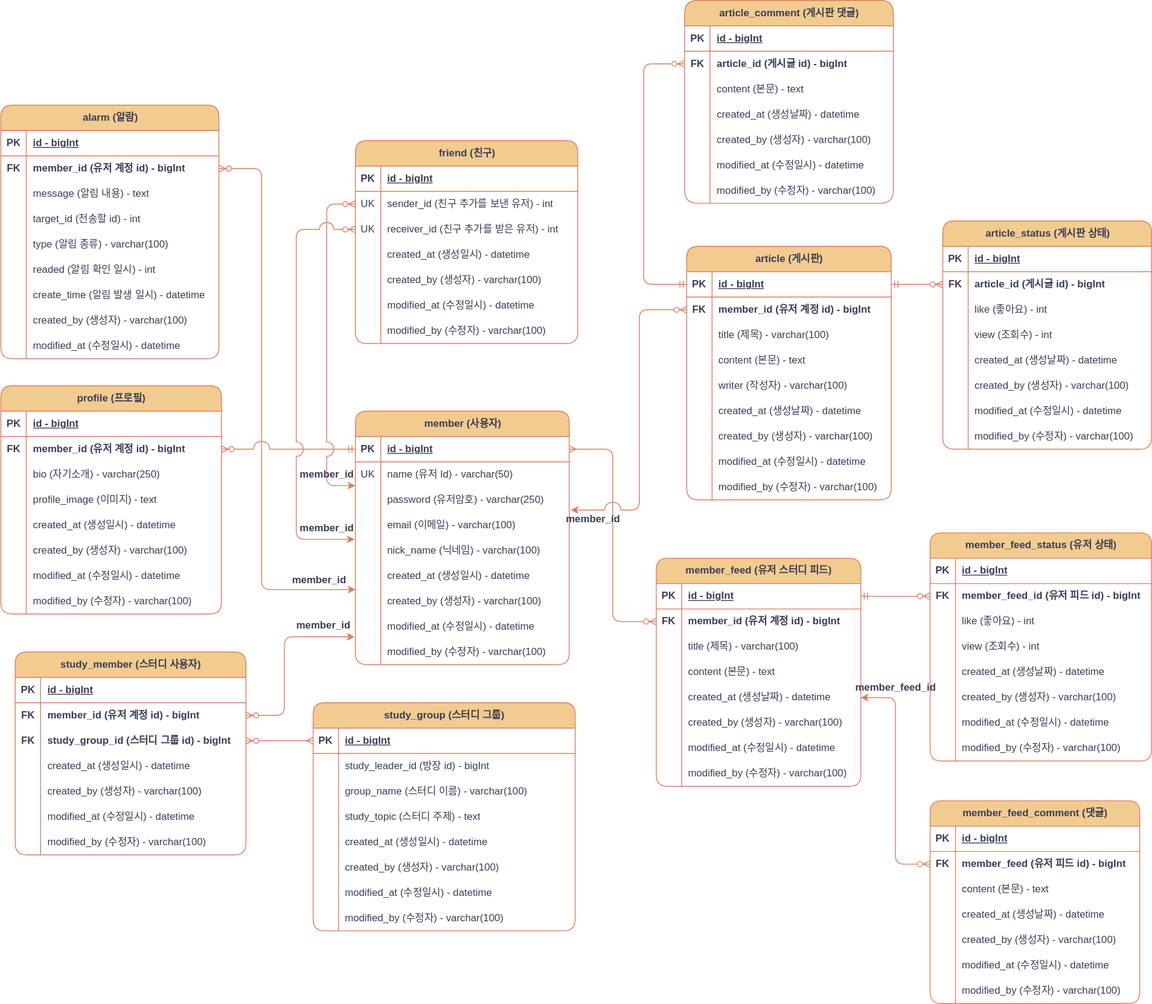
Earlier version of the draw.io export project-erd.svg (mingseok/frontend-backend-database-practice). Source tidied: cells renumbered, new cells last; positions are measured from the earlier drawing's top-left corner, leaving out a move shared by most shapes.
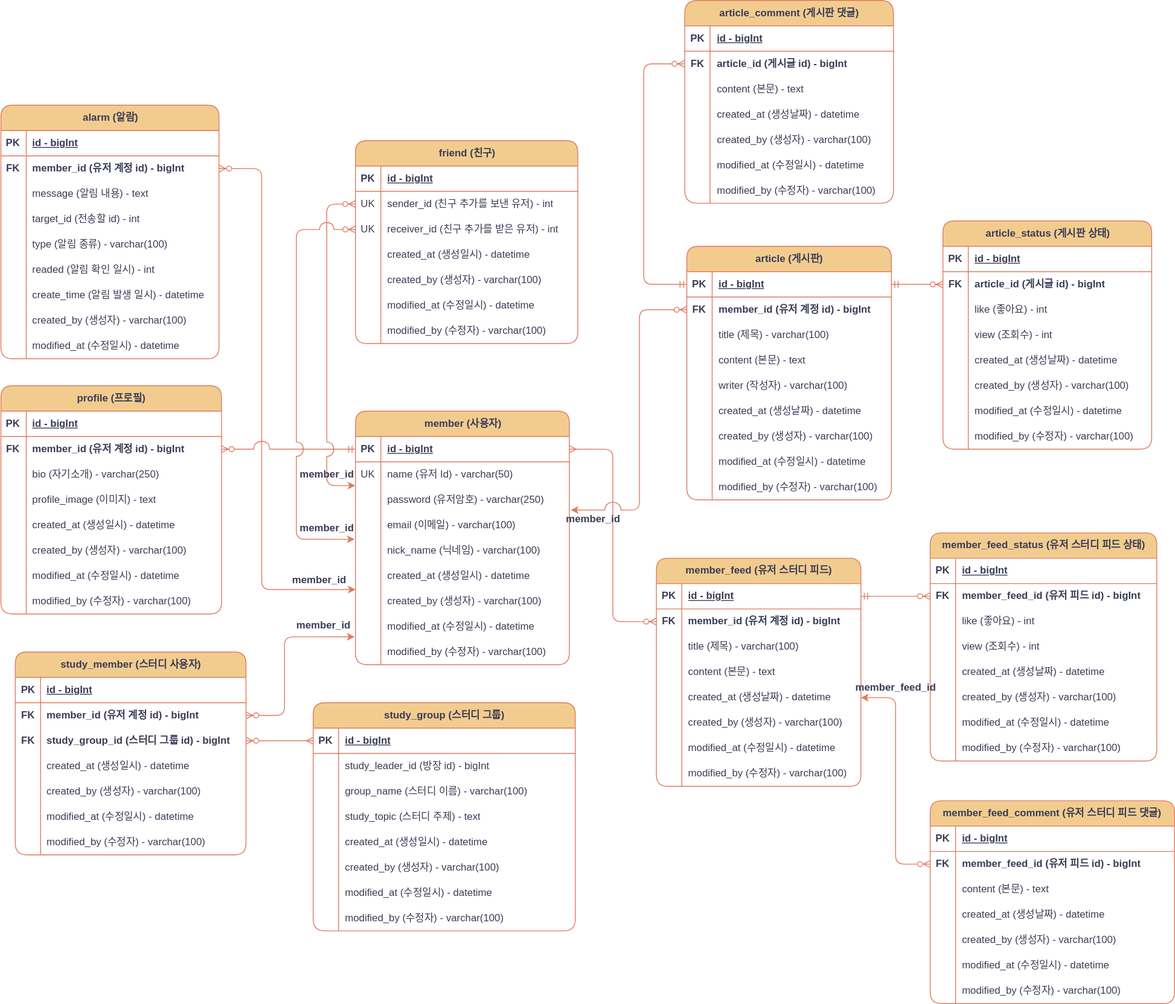
The same file after the commit.

Diff of the diagram source:
```diff
@@ -711,7 +711,7 @@
     </mxCell>
-    <mxCell id="234" value="&lt;b style=&quot;border-color: var(--border-color); text-align: left;&quot;&gt;member&lt;/b&gt;_feed_status&amp;nbsp;(유저 상태)" style="shape=table;startSize=30;rowLines=0;fontStyle=1;align=center;html=1;labelBackgroundColor=none;fillColor=#F2CC8F;strokeColor=#E07A5F;fontColor=#393C56;rounded=1;" parent="1" vertex="1">
-      <mxGeometry x="1100" y="630" width="262" height="270" as="geometry" />
+    <mxCell id="234" value="&lt;b style=&quot;border-color: var(--border-color); text-align: left;&quot;&gt;member&lt;/b&gt;_feed_status&amp;nbsp;(유저 스터디 피드 상태)" style="shape=table;startSize=30;rowLines=0;fontStyle=1;align=center;html=1;labelBackgroundColor=none;fillColor=#F2CC8F;strokeColor=#E07A5F;fontColor=#393C56;rounded=1;" parent="1" vertex="1">
+      <mxGeometry x="1100" y="630" width="268" height="270" as="geometry" />
     </mxCell>
     <mxCell id="235" style="shape=tableRow;horizontal=0;startSize=0;swimlaneHead=0;swimlaneBody=0;fillColor=none;top=0;left=0;right=0;bottom=1;labelBackgroundColor=none;strokeColor=#E07A5F;fontColor=#393C56;rounded=1;" parent="234" vertex="1">
-      <mxGeometry y="30" width="262" height="30" as="geometry" />
+      <mxGeometry y="30" width="268" height="30" as="geometry" />
     </mxCell>
@@ -721,6 +721,6 @@
     <mxCell id="237" value="id - bigInt" style="shape=partialRectangle;fillColor=none;top=0;left=0;bottom=0;right=0;align=left;spacingLeft=6;fontStyle=5;overflow=hidden;whiteSpace=wrap;html=1;labelBackgroundColor=none;strokeColor=#E07A5F;fontColor=#393C56;rounded=1;" parent="235" vertex="1">
-      <mxGeometry x="30" width="232" height="30" as="geometry" />
+      <mxGeometry x="30" width="238" height="30" as="geometry" />
     </mxCell>
     <mxCell id="238" style="shape=tableRow;horizontal=0;startSize=0;swimlaneHead=0;swimlaneBody=0;fillColor=none;points=[[0,0.5],[1,0.5]];portConstraint=eastwest;top=0;left=0;right=0;bottom=0;labelBackgroundColor=none;strokeColor=#E07A5F;fontColor=#393C56;rounded=1;" parent="234" vertex="1">
-      <mxGeometry y="60" width="262" height="30" as="geometry" />
+      <mxGeometry y="60" width="268" height="30" as="geometry" />
     </mxCell>
@@ -730,6 +730,6 @@
     <mxCell id="240" value="&lt;b style=&quot;border-color: var(--border-color);&quot;&gt;member&lt;/b&gt;&lt;b&gt;_feed_id (유저 피드 id) - bigInt&lt;/b&gt;" style="shape=partialRectangle;fillColor=none;top=0;left=0;bottom=0;right=0;align=left;spacingLeft=6;overflow=hidden;whiteSpace=wrap;html=1;labelBackgroundColor=none;strokeColor=#E07A5F;fontColor=#393C56;rounded=1;" parent="238" vertex="1">
-      <mxGeometry x="30" width="232" height="30" as="geometry" />
+      <mxGeometry x="30" width="238" height="30" as="geometry" />
     </mxCell>
     <mxCell id="241" style="shape=tableRow;horizontal=0;startSize=0;swimlaneHead=0;swimlaneBody=0;fillColor=none;top=0;left=0;right=0;bottom=0;labelBackgroundColor=none;strokeColor=#E07A5F;fontColor=#393C56;rounded=1;" parent="234" vertex="1">
-      <mxGeometry y="90" width="262" height="30" as="geometry" />
+      <mxGeometry y="90" width="268" height="30" as="geometry" />
     </mxCell>
@@ -739,6 +739,6 @@
     <mxCell id="243" value="like (좋아요) - int" style="shape=partialRectangle;fillColor=none;top=0;left=0;bottom=0;right=0;align=left;spacingLeft=6;overflow=hidden;whiteSpace=wrap;html=1;labelBackgroundColor=none;strokeColor=#E07A5F;fontColor=#393C56;rounded=1;" parent="241" vertex="1">
-      <mxGeometry x="30" width="232" height="30" as="geometry" />
+      <mxGeometry x="30" width="238" height="30" as="geometry" />
     </mxCell>
     <mxCell id="244" style="shape=tableRow;horizontal=0;startSize=0;swimlaneHead=0;swimlaneBody=0;fillColor=none;top=0;left=0;right=0;bottom=0;labelBackgroundColor=none;strokeColor=#E07A5F;fontColor=#393C56;rounded=1;" parent="234" vertex="1">
-      <mxGeometry y="120" width="262" height="30" as="geometry" />
+      <mxGeometry y="120" width="268" height="30" as="geometry" />
     </mxCell>
@@ -748,6 +748,6 @@
     <mxCell id="246" value="view (조회수) - int" style="shape=partialRectangle;fillColor=none;top=0;left=0;bottom=0;right=0;align=left;spacingLeft=6;overflow=hidden;whiteSpace=wrap;html=1;labelBackgroundColor=none;strokeColor=#E07A5F;fontColor=#393C56;rounded=1;" parent="244" vertex="1">
-      <mxGeometry x="30" width="232" height="30" as="geometry" />
+      <mxGeometry x="30" width="238" height="30" as="geometry" />
     </mxCell>
     <mxCell id="247" style="shape=tableRow;horizontal=0;startSize=0;swimlaneHead=0;swimlaneBody=0;fillColor=none;top=0;left=0;right=0;bottom=0;labelBackgroundColor=none;strokeColor=#E07A5F;fontColor=#393C56;rounded=1;" parent="234" vertex="1">
-      <mxGeometry y="150" width="262" height="30" as="geometry" />
+      <mxGeometry y="150" width="268" height="30" as="geometry" />
     </mxCell>
@@ -757,6 +757,6 @@
     <mxCell id="249" value="created_at&amp;nbsp;(생성날짜) - datetime" style="shape=partialRectangle;fillColor=none;top=0;left=0;bottom=0;right=0;align=left;spacingLeft=6;overflow=hidden;whiteSpace=wrap;html=1;labelBackgroundColor=none;strokeColor=#E07A5F;fontColor=#393C56;rounded=1;" parent="247" vertex="1">
-      <mxGeometry x="30" width="232" height="30" as="geometry" />
+      <mxGeometry x="30" width="238" height="30" as="geometry" />
     </mxCell>
     <mxCell id="250" style="shape=tableRow;horizontal=0;startSize=0;swimlaneHead=0;swimlaneBody=0;fillColor=none;top=0;left=0;right=0;bottom=0;labelBackgroundColor=none;strokeColor=#E07A5F;fontColor=#393C56;rounded=1;" parent="234" vertex="1">
-      <mxGeometry y="180" width="262" height="30" as="geometry" />
+      <mxGeometry y="180" width="268" height="30" as="geometry" />
     </mxCell>
@@ -766,6 +766,6 @@
     <mxCell id="252" value="created_by (생성자) - varchar(100)" style="shape=partialRectangle;fillColor=none;top=0;left=0;bottom=0;right=0;align=left;spacingLeft=6;overflow=hidden;whiteSpace=wrap;html=1;labelBackgroundColor=none;strokeColor=#E07A5F;fontColor=#393C56;rounded=1;" parent="250" vertex="1">
-      <mxGeometry x="30" width="232" height="30" as="geometry" />
+      <mxGeometry x="30" width="238" height="30" as="geometry" />
     </mxCell>
     <mxCell id="253" style="shape=tableRow;horizontal=0;startSize=0;swimlaneHead=0;swimlaneBody=0;fillColor=none;top=0;left=0;right=0;bottom=0;labelBackgroundColor=none;strokeColor=#E07A5F;fontColor=#393C56;rounded=1;" parent="234" vertex="1">
-      <mxGeometry y="210" width="262" height="30" as="geometry" />
+      <mxGeometry y="210" width="268" height="30" as="geometry" />
     </mxCell>
@@ -775,6 +775,6 @@
     <mxCell id="255" value="modified_at (수정일시) - datetime" style="shape=partialRectangle;fillColor=none;top=0;left=0;bottom=0;right=0;align=left;spacingLeft=6;overflow=hidden;whiteSpace=wrap;html=1;labelBackgroundColor=none;strokeColor=#E07A5F;fontColor=#393C56;rounded=1;" parent="253" vertex="1">
-      <mxGeometry x="30" width="232" height="30" as="geometry" />
+      <mxGeometry x="30" width="238" height="30" as="geometry" />
     </mxCell>
     <mxCell id="256" style="shape=tableRow;horizontal=0;startSize=0;swimlaneHead=0;swimlaneBody=0;fillColor=none;top=0;left=0;right=0;bottom=0;labelBackgroundColor=none;strokeColor=#E07A5F;fontColor=#393C56;rounded=1;" parent="234" vertex="1">
-      <mxGeometry y="240" width="262" height="30" as="geometry" />
+      <mxGeometry y="240" width="268" height="30" as="geometry" />
     </mxCell>
@@ -784,3 +784,3 @@
     <mxCell id="258" value="modified_by (수정자) - varchar(100)" style="shape=partialRectangle;fillColor=none;top=0;left=0;bottom=0;right=0;align=left;spacingLeft=6;overflow=hidden;whiteSpace=wrap;html=1;labelBackgroundColor=none;strokeColor=#E07A5F;fontColor=#393C56;rounded=1;" parent="256" vertex="1">
-      <mxGeometry x="30" width="232" height="30" as="geometry" />
+      <mxGeometry x="30" width="238" height="30" as="geometry" />
     </mxCell>
@@ -888,7 +888,7 @@
     </mxCell>
-    <mxCell id="289" value="&lt;b style=&quot;border-color: var(--border-color); text-align: left;&quot;&gt;member&lt;/b&gt;_feed_comment (댓글)" style="shape=table;startSize=30;rowLines=0;fontStyle=1;align=center;html=1;labelBackgroundColor=none;fillColor=#F2CC8F;strokeColor=#E07A5F;fontColor=#393C56;rounded=1;" parent="1" vertex="1">
-      <mxGeometry x="1100" y="947" width="248" height="240" as="geometry" />
+    <mxCell id="289" value="&lt;b style=&quot;border-color: var(--border-color); text-align: left;&quot;&gt;member&lt;/b&gt;_feed_comment (유저 스터디 피드 댓글)" style="shape=table;startSize=30;rowLines=0;fontStyle=1;align=center;html=1;labelBackgroundColor=none;fillColor=#F2CC8F;strokeColor=#E07A5F;fontColor=#393C56;rounded=1;" parent="1" vertex="1">
+      <mxGeometry x="1100" y="947" width="289" height="240" as="geometry" />
     </mxCell>
     <mxCell id="290" style="shape=tableRow;horizontal=0;startSize=0;swimlaneHead=0;swimlaneBody=0;fillColor=none;top=0;left=0;right=0;bottom=1;labelBackgroundColor=none;strokeColor=#E07A5F;fontColor=#393C56;rounded=1;" parent="289" vertex="1">
-      <mxGeometry y="30" width="248" height="30" as="geometry" />
+      <mxGeometry y="30" width="289" height="30" as="geometry" />
     </mxCell>
@@ -898,6 +898,6 @@
     <mxCell id="292" value="id - bigInt" style="shape=partialRectangle;fillColor=none;top=0;left=0;bottom=0;right=0;align=left;spacingLeft=6;fontStyle=5;overflow=hidden;whiteSpace=wrap;html=1;labelBackgroundColor=none;strokeColor=#E07A5F;fontColor=#393C56;rounded=1;" parent="290" vertex="1">
-      <mxGeometry x="30" width="218" height="30" as="geometry" />
+      <mxGeometry x="30" width="259" height="30" as="geometry" />
     </mxCell>
     <mxCell id="293" style="shape=tableRow;horizontal=0;startSize=0;swimlaneHead=0;swimlaneBody=0;fillColor=none;points=[[0,0.5],[1,0.5]];portConstraint=eastwest;top=0;left=0;right=0;bottom=0;labelBackgroundColor=none;strokeColor=#E07A5F;fontColor=#393C56;rounded=1;" parent="289" vertex="1">
-      <mxGeometry y="60" width="248" height="30" as="geometry" />
+      <mxGeometry y="60" width="289" height="30" as="geometry" />
     </mxCell>
@@ -906,7 +906,7 @@
     </mxCell>
-    <mxCell id="295" value="&lt;b style=&quot;border-color: var(--border-color);&quot;&gt;&lt;b style=&quot;border-color: var(--border-color);&quot;&gt;&lt;b style=&quot;border-color: var(--border-color);&quot;&gt;member&lt;/b&gt;_feed&amp;nbsp;&lt;/b&gt;(&lt;b style=&quot;border-color: var(--border-color);&quot;&gt;유저 피드 id&lt;/b&gt;) - bigInt&lt;/b&gt;" style="shape=partialRectangle;fillColor=none;top=0;left=0;bottom=0;right=0;align=left;spacingLeft=6;overflow=hidden;whiteSpace=wrap;html=1;labelBackgroundColor=none;strokeColor=#E07A5F;fontColor=#393C56;rounded=1;" parent="293" vertex="1">
-      <mxGeometry x="30" width="218" height="30" as="geometry" />
+    <mxCell id="295" value="&lt;b style=&quot;border-color: var(--border-color);&quot;&gt;&lt;b style=&quot;border-color: var(--border-color);&quot;&gt;&lt;b style=&quot;border-color: var(--border-color);&quot;&gt;member&lt;/b&gt;_feed_id&amp;nbsp;&lt;/b&gt;(&lt;b style=&quot;border-color: var(--border-color);&quot;&gt;유저 피드 id&lt;/b&gt;) - bigInt&lt;/b&gt;" style="shape=partialRectangle;fillColor=none;top=0;left=0;bottom=0;right=0;align=left;spacingLeft=6;overflow=hidden;whiteSpace=wrap;html=1;labelBackgroundColor=none;strokeColor=#E07A5F;fontColor=#393C56;rounded=1;" parent="293" vertex="1">
+      <mxGeometry x="30" width="259" height="30" as="geometry" />
     </mxCell>
     <mxCell id="296" style="shape=tableRow;horizontal=0;startSize=0;swimlaneHead=0;swimlaneBody=0;fillColor=none;top=0;left=0;right=0;bottom=0;labelBackgroundColor=none;strokeColor=#E07A5F;fontColor=#393C56;rounded=1;" parent="289" vertex="1">
-      <mxGeometry y="90" width="248" height="30" as="geometry" />
+      <mxGeometry y="90" width="289" height="30" as="geometry" />
     </mxCell>
@@ -916,6 +916,6 @@
     <mxCell id="298" value="content (본문) - text" style="shape=partialRectangle;fillColor=none;top=0;left=0;bottom=0;right=0;align=left;spacingLeft=6;overflow=hidden;whiteSpace=wrap;html=1;labelBackgroundColor=none;strokeColor=#E07A5F;fontColor=#393C56;rounded=1;" parent="296" vertex="1">
-      <mxGeometry x="30" width="218" height="30" as="geometry" />
+      <mxGeometry x="30" width="259" height="30" as="geometry" />
     </mxCell>
     <mxCell id="299" style="shape=tableRow;horizontal=0;startSize=0;swimlaneHead=0;swimlaneBody=0;fillColor=none;top=0;left=0;right=0;bottom=0;labelBackgroundColor=none;strokeColor=#E07A5F;fontColor=#393C56;rounded=1;" parent="289" vertex="1">
-      <mxGeometry y="120" width="248" height="30" as="geometry" />
+      <mxGeometry y="120" width="289" height="30" as="geometry" />
     </mxCell>
@@ -925,6 +925,6 @@
     <mxCell id="301" value="created_at&amp;nbsp;(생성날짜) - datetime" style="shape=partialRectangle;fillColor=none;top=0;left=0;bottom=0;right=0;align=left;spacingLeft=6;overflow=hidden;whiteSpace=wrap;html=1;labelBackgroundColor=none;strokeColor=#E07A5F;fontColor=#393C56;rounded=1;" parent="299" vertex="1">
-      <mxGeometry x="30" width="218" height="30" as="geometry" />
+      <mxGeometry x="30" width="259" height="30" as="geometry" />
     </mxCell>
     <mxCell id="302" style="shape=tableRow;horizontal=0;startSize=0;swimlaneHead=0;swimlaneBody=0;fillColor=none;top=0;left=0;right=0;bottom=0;labelBackgroundColor=none;strokeColor=#E07A5F;fontColor=#393C56;rounded=1;" parent="289" vertex="1">
-      <mxGeometry y="150" width="248" height="30" as="geometry" />
+      <mxGeometry y="150" width="289" height="30" as="geometry" />
     </mxCell>
@@ -934,6 +934,6 @@
     <mxCell id="304" value="created_by (생성자) - varchar(100)" style="shape=partialRectangle;fillColor=none;top=0;left=0;bottom=0;right=0;align=left;spacingLeft=6;overflow=hidden;whiteSpace=wrap;html=1;labelBackgroundColor=none;strokeColor=#E07A5F;fontColor=#393C56;rounded=1;" parent="302" vertex="1">
-      <mxGeometry x="30" width="218" height="30" as="geometry" />
+      <mxGeometry x="30" width="259" height="30" as="geometry" />
     </mxCell>
     <mxCell id="305" style="shape=tableRow;horizontal=0;startSize=0;swimlaneHead=0;swimlaneBody=0;fillColor=none;top=0;left=0;right=0;bottom=0;labelBackgroundColor=none;strokeColor=#E07A5F;fontColor=#393C56;rounded=1;" parent="289" vertex="1">
-      <mxGeometry y="180" width="248" height="30" as="geometry" />
+      <mxGeometry y="180" width="289" height="30" as="geometry" />
     </mxCell>
@@ -943,6 +943,6 @@
     <mxCell id="307" value="modified_at (수정일시) - datetime" style="shape=partialRectangle;fillColor=none;top=0;left=0;bottom=0;right=0;align=left;spacingLeft=6;overflow=hidden;whiteSpace=wrap;html=1;labelBackgroundColor=none;strokeColor=#E07A5F;fontColor=#393C56;rounded=1;" parent="305" vertex="1">
-      <mxGeometry x="30" width="218" height="30" as="geometry" />
+      <mxGeometry x="30" width="259" height="30" as="geometry" />
     </mxCell>
     <mxCell id="308" style="shape=tableRow;horizontal=0;startSize=0;swimlaneHead=0;swimlaneBody=0;fillColor=none;top=0;left=0;right=0;bottom=0;labelBackgroundColor=none;strokeColor=#E07A5F;fontColor=#393C56;rounded=1;" parent="289" vertex="1">
-      <mxGeometry y="210" width="248" height="30" as="geometry" />
+      <mxGeometry y="210" width="289" height="30" as="geometry" />
     </mxCell>
@@ -952,3 +952,3 @@
     <mxCell id="310" value="modified_by (수정자) - varchar(100)" style="shape=partialRectangle;fillColor=none;top=0;left=0;bottom=0;right=0;align=left;spacingLeft=6;overflow=hidden;whiteSpace=wrap;html=1;labelBackgroundColor=none;strokeColor=#E07A5F;fontColor=#393C56;rounded=1;" parent="308" vertex="1">
-      <mxGeometry x="30" width="218" height="30" as="geometry" />
+      <mxGeometry x="30" width="259" height="30" as="geometry" />
     </mxCell>
```
